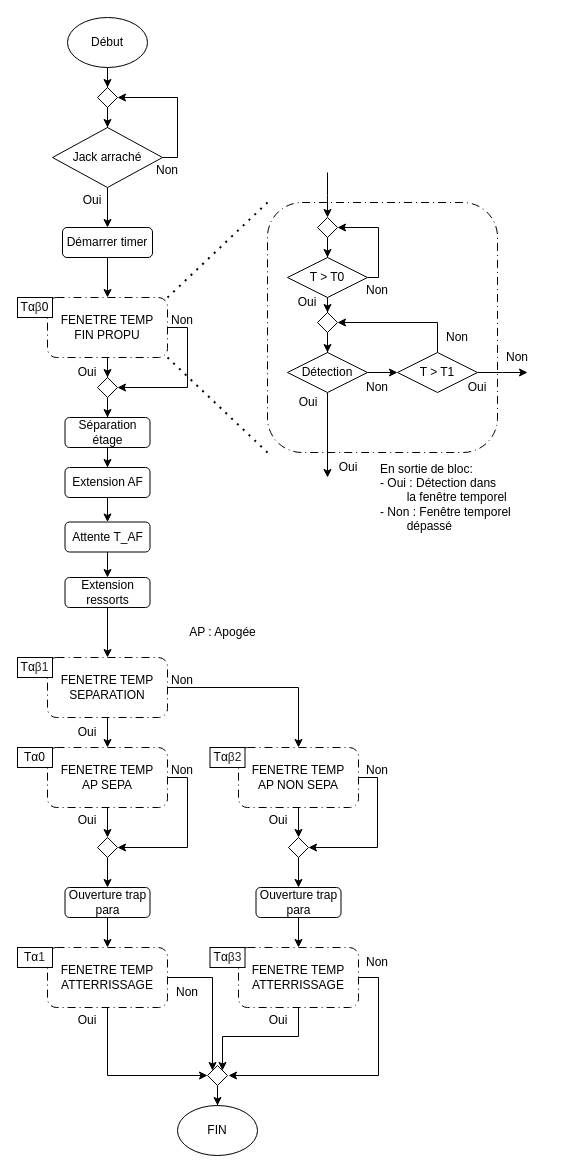
The draw.io diagram ARCHI/Sequenceur1.drawio in povdoigt/SP-02, before the edit. Source tidied: cells renumbered, new cells numbered last; positions are measured from the earlier drawing's top-left corner, leaving out a move shared by most shapes. Both pictures are drawn from the tidied source at 100%, with x=0, y=0 at pixel (17, 17).
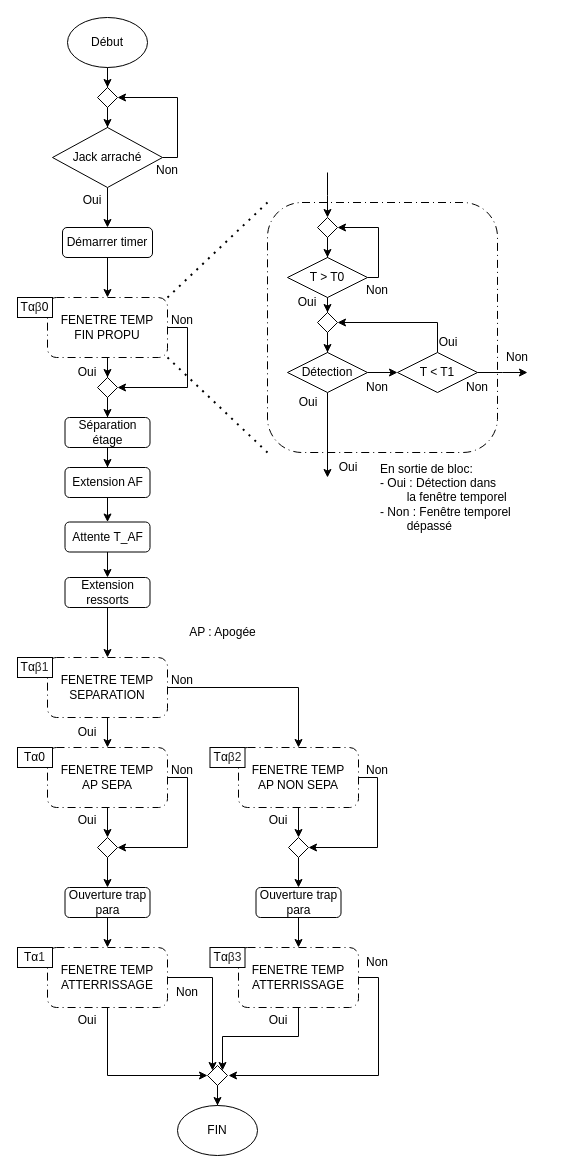
Above is the later version.

The edit, as a diff of the source:
```diff
@@
-    <mxCell id="22" value="T &amp;gt; T1" style="rhombus;whiteSpace=wrap;html=1;" parent="1" vertex="1">
+    <mxCell id="22" value="T &amp;lt; T1" style="rhombus;whiteSpace=wrap;html=1;" parent="1" vertex="1">
       <mxGeometry x="380" y="335" width="80" height="40" as="geometry" />
     </mxCell>
@@
     <mxCell id="24" value="Non" style="text;html=1;whiteSpace=wrap;strokeColor=none;fillColor=none;align=center;verticalAlign=middle;rounded=0;" parent="1" vertex="1">
-      <mxGeometry x="410" y="305" width="60" height="30" as="geometry" />
+      <mxGeometry x="430" y="355" width="60" height="30" as="geometry" />
     </mxCell>
@@
     <mxCell id="26" value="Oui" style="text;html=1;whiteSpace=wrap;strokeColor=none;fillColor=none;align=center;verticalAlign=middle;rounded=0;" parent="1" vertex="1">
-      <mxGeometry x="430" y="355" width="60" height="30" as="geometry" />
+      <mxGeometry x="400.5" y="310" width="60" height="30" as="geometry" />
     </mxCell>
```
